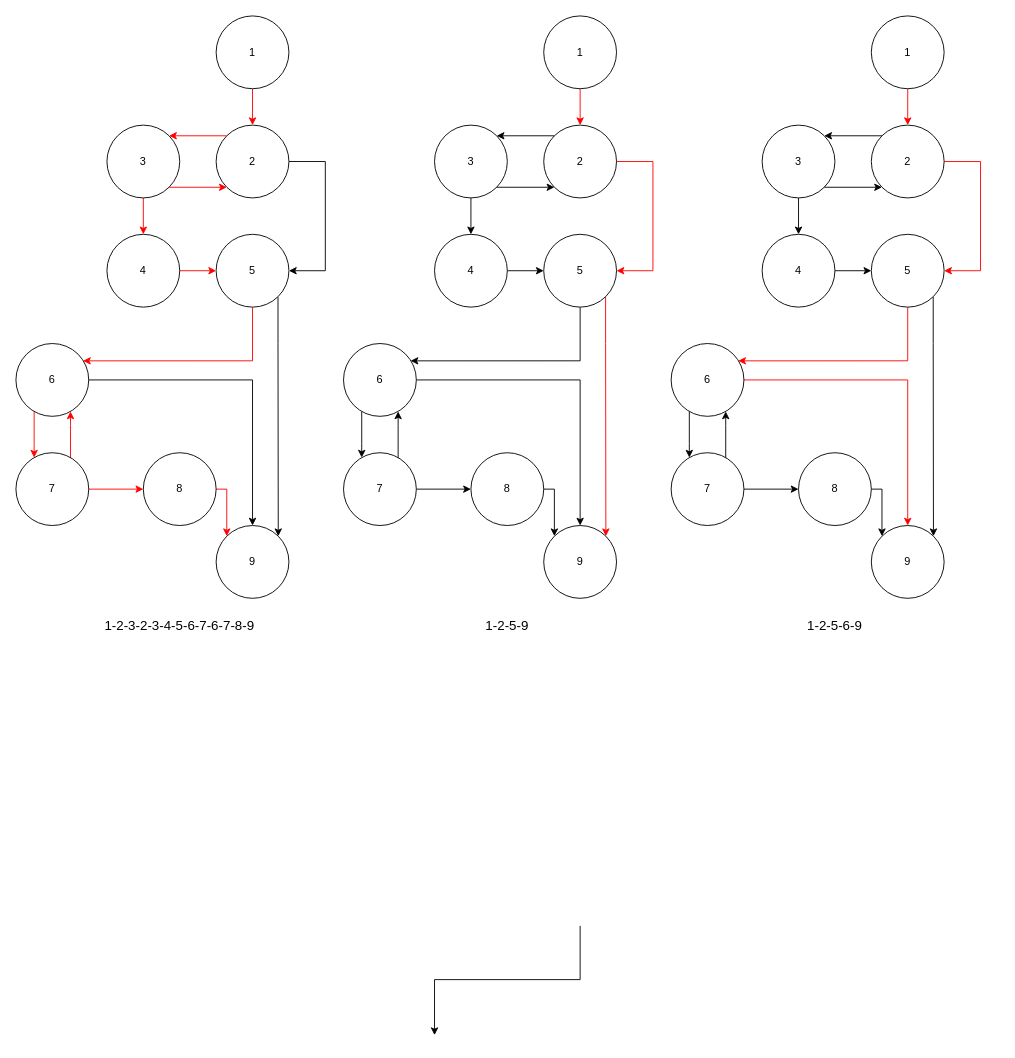
JuiceBox27/IFT3913_TP1 keeps this draw.io diagram as page "MainWindow-Paths" (2 of 5) of rapport/FlowChart.drawio. Above is the earlier version. Source tidied: cells renumbered, new cells numbered last; positions are measured from the earlier drawing's top-left corner, leaving out a move shared by most shapes. Both pictures are drawn from the tidied source at 91%, with x=0, y=0 at pixel (15, 15).
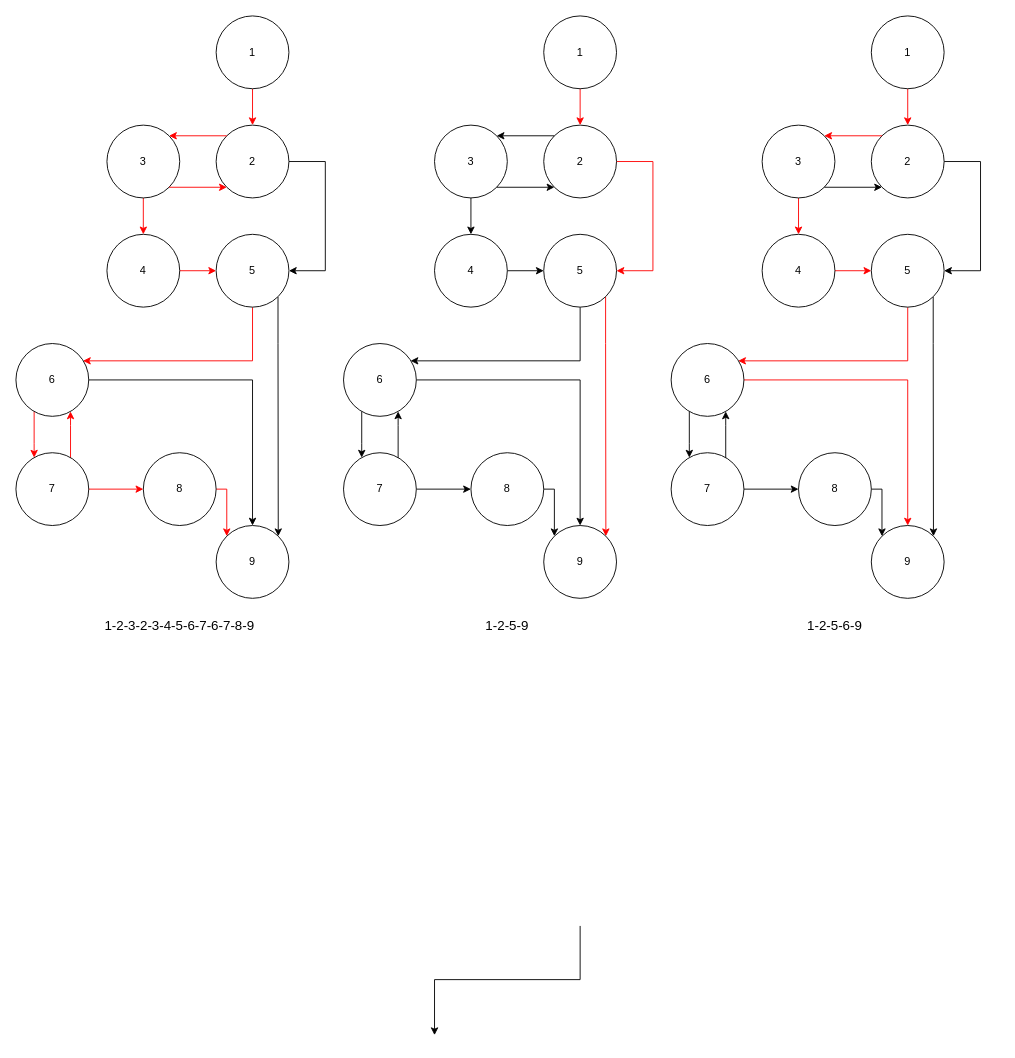
Above is the later version.

Unchanged cells that the change refers to:
```xml
<mxCell id="47" value="2" style="ellipse;whiteSpace=wrap;html=1;" parent="1" vertex="1">
  <mxGeometry x="940" y="120" width="80" height="80" as="geometry" />
</mxCell>
<mxCell id="49" value="3" style="ellipse;whiteSpace=wrap;html=1;" parent="1" vertex="1">
  <mxGeometry x="820" y="120" width="80" height="80" as="geometry" />
</mxCell>
<mxCell id="51" value="4" style="ellipse;whiteSpace=wrap;html=1;" parent="1" vertex="1">
  <mxGeometry x="820" y="240" width="80" height="80" as="geometry" />
</mxCell>
<mxCell id="56" value="5" style="ellipse;whiteSpace=wrap;html=1;" parent="1" vertex="1">
  <mxGeometry x="940" y="240" width="80" height="80" as="geometry" />
</mxCell>
```

The edit, as a diff of the source:
```diff
@@
-    <mxCell id="46" style="edgeStyle=orthogonalEdgeStyle;rounded=0;jettySize=auto;html=1;entryX=1;entryY=0.5;entryDx=0;entryDy=0;strokeColor=#FF0000;" parent="1" edge="1" source="47" target="56">
+    <mxCell id="46" style="edgeStyle=orthogonalEdgeStyle;rounded=0;jettySize=auto;html=1;entryX=1;entryY=0.5;entryDx=0;entryDy=0;" parent="1" edge="1" source="47" target="56">
       <mxGeometry relative="1" as="geometry">
         <Array as="points">
           <mxPoint x="1060" y="160" />
           <mxPoint x="1060" y="280" />
         </Array>
       </mxGeometry>
     </mxCell>
@@
-    <mxCell id="48" style="edgeStyle=orthogonalEdgeStyle;rounded=0;jettySize=auto;html=1;entryX=0.5;entryY=0;entryDx=0;entryDy=0;strokeColor=#000000;" parent="1" edge="1" source="49" target="51">
+    <mxCell id="48" style="edgeStyle=orthogonalEdgeStyle;rounded=0;jettySize=auto;html=1;entryX=0.5;entryY=0;entryDx=0;entryDy=0;strokeColor=#FF0000;" parent="1" edge="1" source="49" target="51">
       <mxGeometry relative="1" as="geometry" />
     </mxCell>
@@
-    <mxCell id="50" style="edgeStyle=orthogonalEdgeStyle;rounded=0;jettySize=auto;html=1;entryX=0;entryY=0.5;entryDx=0;entryDy=0;strokeColor=#000000;" parent="1" edge="1" source="51" target="56">
+    <mxCell id="50" style="edgeStyle=orthogonalEdgeStyle;rounded=0;jettySize=auto;html=1;entryX=0;entryY=0.5;entryDx=0;entryDy=0;strokeColor=#FF0000;" parent="1" edge="1" source="51" target="56">
       <mxGeometry relative="1" as="geometry" />
     </mxCell>
@@
-    <mxCell id="67" style="endArrow=classic;html=1;strokeColor=#000000;entryX=1;entryY=0;entryDx=0;entryDy=0;exitX=0;exitY=0;exitDx=0;exitDy=0;" parent="1" edge="1" source="47" target="49">
+    <mxCell id="67" style="endArrow=classic;html=1;entryX=1;entryY=0;entryDx=0;entryDy=0;exitX=0;exitY=0;exitDx=0;exitDy=0;strokeColor=#FF0000;" parent="1" edge="1" source="47" target="49">
       <mxGeometry relative="1" as="geometry" />
     </mxCell>
```
